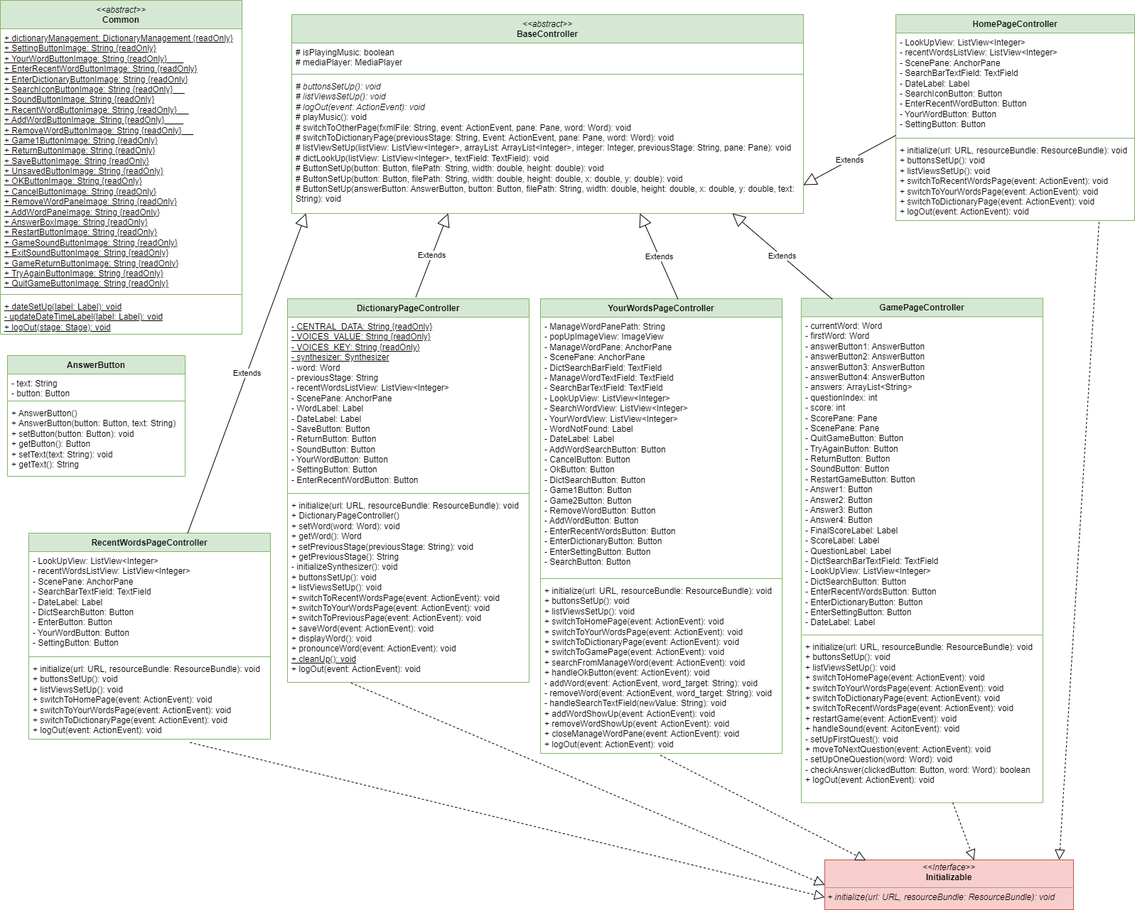
This is dictionary-Frontend.drawio.png from ngoctranbao/javaoop, a draw.io export, as it was before one commit. Source tidied: cells renumbered, new cells last; positions are measured from the earlier drawing's top-left corner, leaving out a move shared by most shapes.
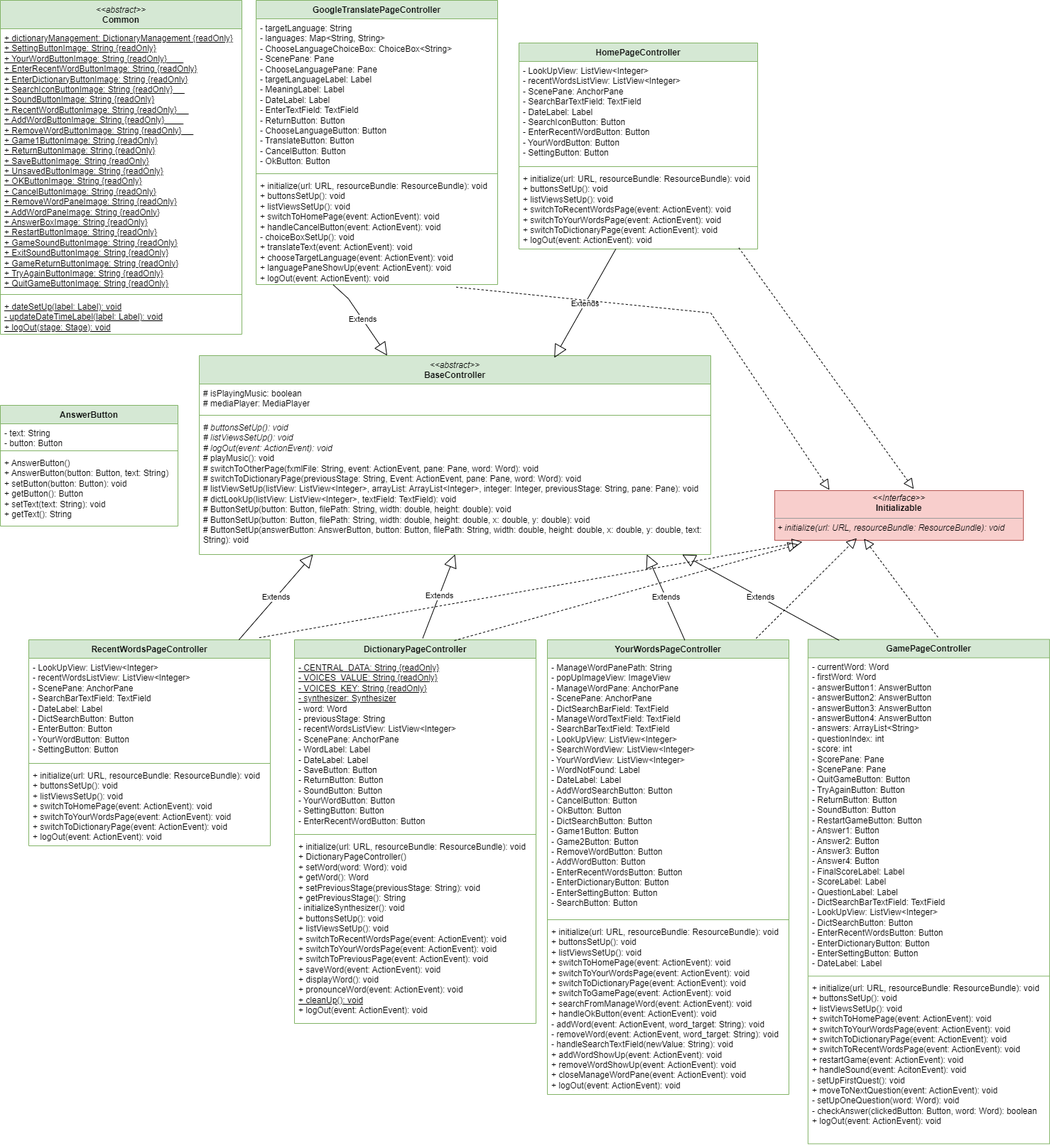
After the commit.

Change to the diagram source:
```diff
@@ -3,7 +3,7 @@
     <mxCell id="0" />
     <mxCell id="1" parent="0" />
     <mxCell id="2" value="&lt;i style=&quot;font-weight: normal;&quot;&gt;&amp;lt;&amp;lt;abstract&amp;gt;&amp;gt;&lt;/i&gt;&lt;br&gt;Common" style="swimlane;fontStyle=1;align=center;verticalAlign=top;horizontal=1;startSize=40;whiteSpace=wrap;html=1;fillColor=#d5e8d4;strokeColor=#82b366;" parent="1" vertex="1">
-      <mxGeometry width="340" height="470" as="geometry" />
+      <mxGeometry x="-10" y="-480" width="340" height="470" as="geometry" />
     </mxCell>
     <mxCell id="3" value="&lt;u&gt;+ dictionaryManagement: DictionaryManagement {readOnly}&lt;br&gt;&lt;/u&gt;&lt;u&gt;&lt;div&gt;+ SettingButtonImage: String {readOnly}&lt;/div&gt;&lt;div&gt;+ YourWordButtonImage: String {readOnly}&amp;nbsp; &amp;nbsp; &amp;nbsp; &amp;nbsp;&lt;/div&gt;&lt;div&gt;+ EnterRecentWordButtonImage: String {readOnly}&lt;/div&gt;&lt;div&gt;+ EnterDictionaryButtonImage: String {readOnly}&lt;/div&gt;&lt;div&gt;+ SearchIconButtonImage: String {readOnly}&amp;nbsp; &amp;nbsp; &amp;nbsp;&lt;/div&gt;&lt;div&gt;+ SoundButtonImage: String {readOnly}&lt;/div&gt;&lt;div&gt;+ RecentWordButtonImage: String {readOnly}&amp;nbsp; &amp;nbsp; &amp;nbsp;&lt;/div&gt;&lt;div&gt;+ AddWordButtonImage: String {readOnly}&amp;nbsp; &amp;nbsp; &amp;nbsp; &amp;nbsp;&amp;nbsp;&lt;/div&gt;&lt;div&gt;+ RemoveWordButtonImage: String {readOnly}&amp;nbsp; &amp;nbsp; &amp;nbsp;&lt;/div&gt;&lt;div&gt;+ Game1ButtonImage: String {readOnly}&lt;/div&gt;&lt;div&gt;+ ReturnButtonImage: String {readOnly}&lt;/div&gt;&lt;div&gt;+ SaveButtonImage: String {readOnly}&lt;/div&gt;&lt;div&gt;+ UnsavedButtonImage: String {readOnly}&lt;/div&gt;&lt;div&gt;+ OKButtonImage: String {readOnly}&lt;/div&gt;&lt;div&gt;+ CancelButtonImage: String {readOnly}&lt;/div&gt;&lt;div&gt;+ RemoveWordPaneImage: String {readOnly}&lt;/div&gt;&lt;div&gt;+ AddWordPaneImage: String {readOnly}&lt;/div&gt;&lt;div&gt;+ AnswerBoxImage: String {readOnly}&lt;/div&gt;&lt;div&gt;+ RestartButtonImage: String {readOnly}&lt;/div&gt;&lt;div&gt;+ GameSoundButtonImage: String {readOnly}&lt;/div&gt;&lt;div&gt;+ ExitSoundButtonImage: String {readOnly}&lt;/div&gt;&lt;div&gt;+ GameReturnButtonImage: String {readOnly}&lt;/div&gt;&lt;div&gt;+ TryAgainButtonImage: String {readOnly}&lt;/div&gt;&lt;div&gt;+ QuitGameButtonImage: String {readOnly}&lt;/div&gt;&lt;div&gt;&lt;br&gt;&lt;/div&gt;&lt;/u&gt;" style="text;align=left;verticalAlign=top;spacingLeft=4;spacingRight=4;overflow=hidden;whiteSpace=wrap;html=1;" parent="2" vertex="1">
       <mxGeometry y="40" width="340" height="370" as="geometry" />
@@ -15,7 +15,7 @@
       <mxGeometry y="418" width="340" height="52" as="geometry" />
     </mxCell>
     <mxCell id="6" value="&lt;i style=&quot;border-color: var(--border-color); font-weight: normal;&quot;&gt;&amp;lt;&amp;lt;abstract&amp;gt;&amp;gt;&lt;/i&gt;&lt;br style=&quot;border-color: var(--border-color);&quot;&gt;BaseController" style="swimlane;fontStyle=1;align=center;verticalAlign=top;horizontal=1;startSize=40;whiteSpace=wrap;html=1;fillColor=#d5e8d4;strokeColor=#82b366;" parent="1" vertex="1">
-      <mxGeometry x="410" y="20" width="720" height="280" as="geometry" />
+      <mxGeometry x="270" y="20" width="720" height="280" as="geometry" />
     </mxCell>
     <mxCell id="7" value="# isPlayingMusic: boolean&lt;br&gt;# mediaPlayer: MediaPlayer" style="text;strokeColor=none;fillColor=none;align=left;verticalAlign=top;spacingLeft=4;spacingRight=4;overflow=hidden;whiteSpace=wrap;html=1;" parent="6" vertex="1">
       <mxGeometry y="40" width="720" height="40" as="geometry" />
@@ -27,7 +27,7 @@
       <mxGeometry y="88" width="720" height="192" as="geometry" />
     </mxCell>
     <mxCell id="10" value="HomePageController" style="swimlane;fontStyle=1;align=center;verticalAlign=top;horizontal=1;startSize=26;whiteSpace=wrap;html=1;fillColor=#d5e8d4;strokeColor=#82b366;" parent="1" vertex="1">
-      <mxGeometry x="1260" y="20" width="336" height="290" as="geometry" />
+      <mxGeometry x="720" y="-420" width="336" height="290" as="geometry" />
     </mxCell>
     <mxCell id="11" value="- LookUpView: ListView&amp;lt;Integer&amp;gt;&lt;br&gt;- recentWordsListView: ListView&amp;lt;Integer&amp;gt;&lt;br&gt;- ScenePane: AnchorPane&lt;br&gt;- SearchBarTextField: TextField&lt;br&gt;- DateLabel: Label&lt;br&gt;- SearchIconButton: Button&lt;br&gt;- EnterRecentWordButton: Button&lt;br&gt;- YourWordButton: Button&lt;br&gt;- SettingButton: Button" style="text;strokeColor=none;fillColor=none;align=left;verticalAlign=top;spacingLeft=4;spacingRight=4;overflow=hidden;whiteSpace=wrap;html=1;" parent="10" vertex="1">
       <mxGeometry y="26" width="336" height="144" as="geometry" />
@@ -39,7 +39,7 @@
       <mxGeometry y="178" width="336" height="112" as="geometry" />
     </mxCell>
     <mxCell id="14" value="RecentWordsPageController" style="swimlane;fontStyle=1;align=center;verticalAlign=top;horizontal=1;startSize=26;whiteSpace=wrap;html=1;fillColor=#d5e8d4;strokeColor=#82b366;" parent="1" vertex="1">
-      <mxGeometry x="40" y="750" width="340" height="290" as="geometry" />
+      <mxGeometry x="30" y="420" width="340" height="290" as="geometry" />
     </mxCell>
     <mxCell id="15" value="- LookUpView: ListView&amp;lt;Integer&amp;gt;&lt;br&gt;- recentWordsListView: ListView&amp;lt;Integer&amp;gt;&lt;br&gt;- ScenePane: AnchorPane&lt;br&gt;- SearchBarTextField: TextField&lt;br&gt;- DateLabel: Label&lt;br&gt;- DictSearchButton: Button&lt;br&gt;- EnterButton: Button&lt;br&gt;- YourWordButton: Button&lt;br&gt;- SettingButton: Button" style="text;strokeColor=none;fillColor=none;align=left;verticalAlign=top;spacingLeft=4;spacingRight=4;overflow=hidden;whiteSpace=wrap;html=1;" parent="14" vertex="1">
       <mxGeometry y="26" width="340" height="144" as="geometry" />
@@ -101,38 +101,16 @@
         <mxPoint x="900" y="300" as="targetPoint" />
       </mxGeometry>
     </mxCell>
-    <mxCell id="33" value="Extends" style="endArrow=block;endSize=16;endFill=0;html=1;rounded=0;entryX=0.921;entryY=1.003;entryDx=0;entryDy=0;entryPerimeter=0;exitX=0.129;exitY=0.002;exitDx=0;exitDy=0;exitPerimeter=0;" parent="1" edge="1" source="26">
+    <mxCell id="33" value="Extends" style="endArrow=block;endSize=16;endFill=0;html=1;rounded=0;exitX=0.129;exitY=0.002;exitDx=0;exitDy=0;exitPerimeter=0;" parent="1" edge="1" source="26">
       <mxGeometry relative="1" as="geometry">
-        <mxPoint x="1030" y="300" as="targetPoint" />
+        <mxPoint x="950" y="300" as="targetPoint" />
       </mxGeometry>
     </mxCell>
-    <mxCell id="34" value="Extends" style="endArrow=block;endSize=16;endFill=0;html=1;rounded=0;" parent="1" edge="1">
-      <mxGeometry relative="1" as="geometry">
-        <mxPoint x="1260" y="190" as="sourcePoint" />
-        <mxPoint x="1130" y="260" as="targetPoint" />
-      </mxGeometry>
-    </mxCell>
     <mxCell id="35" value="&lt;p style=&quot;margin:0px;margin-top:4px;text-align:center;&quot;&gt;&lt;i&gt;&amp;lt;&amp;lt;Interface&amp;gt;&amp;gt;&lt;/i&gt;&lt;br&gt;&lt;b&gt;Initializable&lt;/b&gt;&lt;/p&gt;&lt;hr size=&quot;1&quot;&gt;&lt;p style=&quot;margin:0px;margin-left:4px;&quot;&gt;&lt;i&gt;+ initialize(url: URL, resourceBundle: ResourceBundle): void&lt;/i&gt;&lt;br&gt;&lt;/p&gt;" style="verticalAlign=top;align=left;overflow=fill;fontSize=12;fontFamily=Helvetica;html=1;whiteSpace=wrap;fillColor=#f8cecc;strokeColor=#b85450;" parent="1" vertex="1">
-      <mxGeometry x="1160" y="1210" width="350" height="70" as="geometry" />
+      <mxGeometry x="1080" y="210" width="350" height="70" as="geometry" />
     </mxCell>
-    <mxCell id="36" style="endArrow=block;dashed=1;endFill=0;endSize=12;html=1;rounded=0;exitX=0.496;exitY=1.011;exitDx=0;exitDy=0;exitPerimeter=0;entryX=0.165;entryY=0.01;entryDx=0;entryDy=0;entryPerimeter=0;" parent="1" edge="1" source="25" target="35">
-      <mxGeometry relative="1" as="geometry" />
-    </mxCell>
-    <mxCell id="37" style="endArrow=block;dashed=1;endFill=0;endSize=12;html=1;rounded=0;" parent="1" edge="1" source="29">
-      <mxGeometry relative="1" as="geometry">
-        <mxPoint x="1370" y="1210" as="targetPoint" />
-      </mxGeometry>
-    </mxCell>
-    <mxCell id="38" style="endArrow=block;dashed=1;endFill=0;endSize=12;html=1;rounded=0;exitX=0.851;exitY=1.018;exitDx=0;exitDy=0;exitPerimeter=0;" parent="1" edge="1" source="13">
-      <mxGeometry relative="1" as="geometry">
-        <mxPoint x="1490" y="1210" as="targetPoint" />
-      </mxGeometry>
-    </mxCell>
-    <mxCell id="39" style="endArrow=block;dashed=1;endFill=0;endSize=12;html=1;rounded=0;exitX=0.263;exitY=1.003;exitDx=0;exitDy=0;exitPerimeter=0;entryX=0;entryY=0.5;entryDx=0;entryDy=0;" parent="1" edge="1" source="21" target="35">
-      <mxGeometry relative="1" as="geometry" />
-    </mxCell>
     <mxCell id="40" value="AnswerButton&lt;br&gt;" style="swimlane;fontStyle=1;align=center;verticalAlign=top;horizontal=1;startSize=26;whiteSpace=wrap;html=1;fillColor=#d5e8d4;strokeColor=#82b366;" parent="1" vertex="1">
-      <mxGeometry x="10" y="500" width="250" height="170" as="geometry" />
+      <mxGeometry x="-10" y="90" width="250" height="170" as="geometry" />
     </mxCell>
     <mxCell id="41" value="- text: String&lt;br&gt;- button: Button" style="text;strokeColor=none;fillColor=none;align=left;verticalAlign=top;spacingLeft=4;spacingRight=4;overflow=hidden;whiteSpace=wrap;html=1;" parent="40" vertex="1">
       <mxGeometry y="26" width="250" height="34" as="geometry" />
@@ -143,8 +121,53 @@
     <mxCell id="43" value="+ AnswerButton()&lt;br&gt;+ AnswerButton(button: Button, text: String)&lt;br&gt;+ setButton(button: Button): void&lt;br&gt;+ getButton(): Button&lt;br&gt;+ setText(text: String): void&lt;br&gt;+ getText(): String" style="text;strokeColor=none;fillColor=none;align=left;verticalAlign=top;spacingLeft=4;spacingRight=4;overflow=hidden;whiteSpace=wrap;html=1;" parent="40" vertex="1">
       <mxGeometry y="68" width="250" height="102" as="geometry" />
     </mxCell>
-    <mxCell id="44" style="endArrow=block;dashed=1;endFill=0;endSize=12;html=1;rounded=0;exitX=0.667;exitY=1.042;exitDx=0;exitDy=0;exitPerimeter=0;entryX=0;entryY=0.75;entryDx=0;entryDy=0;" parent="1" edge="1" source="17" target="35">
-      <mxGeometry relative="1" as="geometry" />
-    </mxCell>
+    <mxCell id="45" value="GoogleTranslatePageController" style="swimlane;fontStyle=1;align=center;verticalAlign=top;horizontal=1;startSize=26;whiteSpace=wrap;html=1;fillColor=#d5e8d4;strokeColor=#82b366;" parent="1" vertex="1">
+      <mxGeometry x="350" y="-480" width="340" height="400" as="geometry" />
+    </mxCell>
+    <mxCell id="46" value="- targetLanguage: String&lt;br&gt;- languages: Map&amp;lt;String, String&amp;gt;&lt;br&gt;- ChooseLanguageChoiceBox: ChoiceBox&amp;lt;String&amp;gt;&lt;br&gt;- ScenePane: Pane&lt;br&gt;- ChooseLanguagePane: Pane&lt;br&gt;- targetLanguageLabel: Label&lt;br&gt;- MeaningLabel: Label&lt;br&gt;- DateLabel: Label&amp;nbsp;&lt;br&gt;- EnterTextField: TextField&lt;br&gt;- ReturnButton: Button&lt;br&gt;- ChooseLanguageButton: Button&lt;br&gt;- TranslateButton: Button&lt;br&gt;- CancelButton: Button&lt;br&gt;- OkButton: Button" style="text;strokeColor=none;fillColor=none;align=left;verticalAlign=top;spacingLeft=4;spacingRight=4;overflow=hidden;whiteSpace=wrap;html=1;" parent="45" vertex="1">
+      <mxGeometry y="26" width="340" height="214" as="geometry" />
+    </mxCell>
+    <mxCell id="47" style="line;strokeWidth=1;fillColor=none;align=left;verticalAlign=middle;spacingTop=-1;spacingLeft=3;spacingRight=3;labelPosition=right;strokeColor=inherit;" parent="45" vertex="1">
+      <mxGeometry y="240" width="340" height="8" as="geometry" />
+    </mxCell>
+    <mxCell id="48" value="+ initialize(url: URL, resourceBundle: ResourceBundle): void&lt;br&gt;+ buttonsSetUp(): void&lt;br&gt;+ listViewsSetUp(): void&lt;br&gt;+ switchToHomePage(event: ActionEvent): void&lt;br&gt;+ handleCancelButton(event: ActionEvent): void&lt;br&gt;- choiceBoxSetUp(): void&lt;br&gt;+ translateText(event: ActionEvent): void&lt;br&gt;+ chooseTargetLanguage(event: ActionEvent): void&lt;br&gt;+ languagePaneShowUp(event: ActionEvent): void&lt;br&gt;+ logOut(event: ActionEvent): void" style="text;strokeColor=none;fillColor=none;align=left;verticalAlign=top;spacingLeft=4;spacingRight=4;overflow=hidden;points=[[0,0.5],[1,0.5]];portConstraint=eastwest;whiteSpace=wrap;html=1;" parent="45" vertex="1">
+      <mxGeometry y="248" width="340" height="152" as="geometry" />
+    </mxCell>
+    <mxCell id="49" style="endArrow=block;dashed=1;endFill=0;endSize=12;html=1;rounded=0;exitX=0.954;exitY=-0.01;exitDx=0;exitDy=0;exitPerimeter=0;entryX=0.111;entryY=1.033;entryDx=0;entryDy=0;entryPerimeter=0;" parent="1" edge="1" source="14" target="35">
+      <mxGeometry relative="1" as="geometry">
+        <Array as="points">
+          <mxPoint x="850" y="330" />
+        </Array>
+      </mxGeometry>
+    </mxCell>
+    <mxCell id="50" value="Extends" style="endArrow=block;endSize=16;endFill=0;html=1;rounded=0;exitX=0.319;exitY=1.002;exitDx=0;exitDy=0;exitPerimeter=0;" parent="1" edge="1" source="48" target="6">
+      <mxGeometry relative="1" as="geometry">
+        <Array as="points">
+          <mxPoint x="480" y="-60" />
+        </Array>
+      </mxGeometry>
+    </mxCell>
+    <mxCell id="51" value="Extends" style="endArrow=block;endSize=16;endFill=0;html=1;rounded=0;entryX=0.694;entryY=0.011;entryDx=0;entryDy=0;entryPerimeter=0;" parent="1" edge="1" source="13" target="6">
+      <mxGeometry relative="1" as="geometry" />
+    </mxCell>
+    <mxCell id="52" style="endArrow=block;dashed=1;endFill=0;endSize=12;html=1;rounded=0;exitX=0.662;exitY=0.002;exitDx=0;exitDy=0;exitPerimeter=0;entryX=0.094;entryY=1.081;entryDx=0;entryDy=0;entryPerimeter=0;" parent="1" edge="1" source="18" target="35">
+      <mxGeometry relative="1" as="geometry" />
+    </mxCell>
+    <mxCell id="53" style="endArrow=block;dashed=1;endFill=0;endSize=12;html=1;rounded=0;entryX=0.33;entryY=0.957;entryDx=0;entryDy=0;entryPerimeter=0;exitX=0.864;exitY=-0.003;exitDx=0;exitDy=0;exitPerimeter=0;" parent="1" edge="1" source="22" target="35">
+      <mxGeometry relative="1" as="geometry" />
+    </mxCell>
+    <mxCell id="54" style="endArrow=block;dashed=1;endFill=0;endSize=12;html=1;rounded=0;exitX=0.538;exitY=-0.004;exitDx=0;exitDy=0;exitPerimeter=0;entryX=0.359;entryY=0.967;entryDx=0;entryDy=0;entryPerimeter=0;" parent="1" edge="1" source="26" target="35">
+      <mxGeometry relative="1" as="geometry" />
+    </mxCell>
+    <mxCell id="55" style="endArrow=block;dashed=1;endFill=0;endSize=12;html=1;rounded=0;entryX=0.559;entryY=-0.033;entryDx=0;entryDy=0;entryPerimeter=0;exitX=0.921;exitY=0.985;exitDx=0;exitDy=0;exitPerimeter=0;" parent="1" edge="1" source="13" target="35">
+      <mxGeometry relative="1" as="geometry" />
+    </mxCell>
+    <mxCell id="56" style="endArrow=block;dashed=1;endFill=0;endSize=12;html=1;rounded=0;exitX=0.828;exitY=1.024;exitDx=0;exitDy=0;exitPerimeter=0;entryX=0.22;entryY=-0.014;entryDx=0;entryDy=0;entryPerimeter=0;" parent="1" edge="1" source="48" target="35">
+      <mxGeometry relative="1" as="geometry">
+        <Array as="points">
+          <mxPoint x="990" y="-40" />
+        </Array>
+      </mxGeometry>
+    </mxCell>
   </root>
 </mxGraphModel>
```
